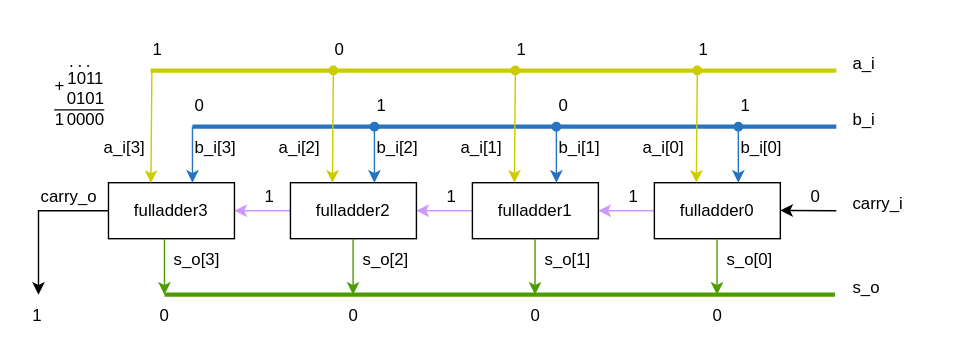
Before: .pic/Labs/lab_01_adder/fig_05.drawio.svg, a diagram exported from draw.io (MPSU/APS). Source tidied: cells renumbered, new cells last; positions are measured from the earlier drawing's top-left corner, leaving out a move shared by most shapes. The source it was exported from:
```xml
<mxGraphModel>
  <root>
    <mxCell id="0" />
    <mxCell id="1" parent="0" />
    <mxCell id="2" style="endArrow=none;html=1;rounded=0;strokeWidth=3;strokeColor=#CCCC00;labelBackgroundColor=none;fontColor=#000000;" parent="1" edge="1">
      <mxGeometry relative="1" as="geometry">
        <mxPoint x="86" y="30" as="sourcePoint" />
        <mxPoint x="576" y="30" as="targetPoint" />
      </mxGeometry>
    </mxCell>
    <mxCell id="3" style="endArrow=none;html=1;rounded=0;strokeWidth=3;strokeColor=#2673BF;labelBackgroundColor=none;fontColor=#000000;" parent="1" edge="1">
      <mxGeometry relative="1" as="geometry">
        <mxPoint x="116" y="70" as="sourcePoint" />
        <mxPoint x="576" y="70" as="targetPoint" />
      </mxGeometry>
    </mxCell>
    <mxCell id="4" style="endArrow=none;html=1;rounded=0;strokeWidth=3;strokeColor=#4E9C00;labelBackgroundColor=none;fontColor=#000000;" parent="1" edge="1">
      <mxGeometry relative="1" as="geometry">
        <mxPoint x="96" y="190" as="sourcePoint" />
        <mxPoint x="575" y="190" as="targetPoint" />
      </mxGeometry>
    </mxCell>
    <mxCell id="5" style="edgeStyle=orthogonalEdgeStyle;rounded=0;jettySize=auto;html=1;strokeColor=#CC99FF;labelBackgroundColor=none;fontColor=#000000;" parent="1" edge="1" source="6" target="8">
      <mxGeometry relative="1" as="geometry" />
    </mxCell>
    <mxCell id="6" value="fulladder0" style="rounded=0;whiteSpace=wrap;html=1;strokeColor=#000000;labelBackgroundColor=none;fontColor=#000000;fillColor=none;" parent="1" vertex="1">
      <mxGeometry x="446" y="110" width="90" height="40" as="geometry" />
    </mxCell>
    <mxCell id="7" style="edgeStyle=orthogonalEdgeStyle;rounded=0;jettySize=auto;html=1;strokeColor=#CC99FF;labelBackgroundColor=none;fontColor=#000000;" parent="1" edge="1" source="8" target="10">
      <mxGeometry relative="1" as="geometry" />
    </mxCell>
    <mxCell id="8" value="fulladder1" style="rounded=0;whiteSpace=wrap;html=1;strokeColor=#000000;labelBackgroundColor=none;fontColor=#000000;fillColor=none;" parent="1" vertex="1">
      <mxGeometry x="316" y="110" width="90" height="40" as="geometry" />
    </mxCell>
    <mxCell id="9" style="edgeStyle=orthogonalEdgeStyle;rounded=0;jettySize=auto;html=1;strokeColor=#CC99FF;labelBackgroundColor=none;fontColor=#000000;" parent="1" edge="1" source="10" target="11">
      <mxGeometry relative="1" as="geometry" />
    </mxCell>
    <mxCell id="10" value="fulladder2" style="rounded=0;whiteSpace=wrap;html=1;strokeColor=#000000;labelBackgroundColor=none;fontColor=#000000;fillColor=none;" parent="1" vertex="1">
      <mxGeometry x="186" y="110" width="90" height="40" as="geometry" />
    </mxCell>
    <mxCell id="11" value="fulladder3" style="rounded=0;whiteSpace=wrap;html=1;strokeColor=#000000;labelBackgroundColor=none;fontColor=#000000;fillColor=none;" parent="1" vertex="1">
      <mxGeometry x="56" y="110" width="90" height="40" as="geometry" />
    </mxCell>
    <mxCell id="12" style="endArrow=classic;html=1;rounded=0;fontColor=#000000;strokeColor=#000000;labelBackgroundColor=none;" parent="1" edge="1">
      <mxGeometry relative="1" as="geometry">
        <mxPoint x="576" y="130" as="sourcePoint" />
        <mxPoint x="536" y="129.9" as="targetPoint" />
      </mxGeometry>
    </mxCell>
    <mxCell id="13" style="endArrow=classic;html=1;rounded=0;entryX=0.326;entryY=0.005;entryDx=0;entryDy=0;entryPerimeter=0;strokeColor=#CCCC00;labelBackgroundColor=none;" parent="1" edge="1">
      <mxGeometry relative="1" as="geometry">
        <mxPoint x="87" y="30" as="sourcePoint" />
        <mxPoint x="86.3" y="110.2" as="targetPoint" />
      </mxGeometry>
    </mxCell>
    <mxCell id="14" style="endArrow=classic;html=1;rounded=0;strokeColor=#2673BF;labelBackgroundColor=none;" parent="1" edge="1">
      <mxGeometry relative="1" as="geometry">
        <mxPoint x="116" y="70" as="sourcePoint" />
        <mxPoint x="116" y="110" as="targetPoint" />
      </mxGeometry>
    </mxCell>
    <mxCell id="15" style="endArrow=classic;html=1;rounded=0;strokeColor=#2673BF;startArrow=oval;startFill=1;labelBackgroundColor=none;" parent="1" edge="1">
      <mxGeometry relative="1" as="geometry">
        <mxPoint x="246" y="70" as="sourcePoint" />
        <mxPoint x="246" y="110" as="targetPoint" />
      </mxGeometry>
    </mxCell>
    <mxCell id="16" style="endArrow=classic;html=1;rounded=0;strokeColor=#2673BF;startArrow=oval;startFill=1;labelBackgroundColor=none;" parent="1" edge="1">
      <mxGeometry relative="1" as="geometry">
        <mxPoint x="376" y="70" as="sourcePoint" />
        <mxPoint x="376" y="110" as="targetPoint" />
      </mxGeometry>
    </mxCell>
    <mxCell id="17" style="endArrow=classic;html=1;rounded=0;strokeColor=#2673BF;startArrow=oval;startFill=1;labelBackgroundColor=none;" parent="1" edge="1">
      <mxGeometry relative="1" as="geometry">
        <mxPoint x="506" y="70" as="sourcePoint" />
        <mxPoint x="506" y="110" as="targetPoint" />
      </mxGeometry>
    </mxCell>
    <mxCell id="18" style="endArrow=classic;html=1;rounded=0;entryX=0.326;entryY=0.005;entryDx=0;entryDy=0;entryPerimeter=0;strokeColor=#CCCC00;startArrow=oval;startFill=1;labelBackgroundColor=none;" parent="1" edge="1">
      <mxGeometry relative="1" as="geometry">
        <mxPoint x="216.7" y="29.8" as="sourcePoint" />
        <mxPoint x="216" y="110" as="targetPoint" />
      </mxGeometry>
    </mxCell>
    <mxCell id="19" style="endArrow=classic;html=1;rounded=0;entryX=0.326;entryY=0.005;entryDx=0;entryDy=0;entryPerimeter=0;strokeColor=#CCCC00;startArrow=oval;startFill=1;labelBackgroundColor=none;" parent="1" edge="1">
      <mxGeometry relative="1" as="geometry">
        <mxPoint x="346.7" y="29.8" as="sourcePoint" />
        <mxPoint x="346" y="110" as="targetPoint" />
      </mxGeometry>
    </mxCell>
    <mxCell id="20" style="endArrow=classic;html=1;rounded=0;entryX=0.326;entryY=0.005;entryDx=0;entryDy=0;entryPerimeter=0;strokeColor=#CCCC00;startArrow=oval;startFill=1;labelBackgroundColor=none;" parent="1" edge="1">
      <mxGeometry relative="1" as="geometry">
        <mxPoint x="476.7" y="29.8" as="sourcePoint" />
        <mxPoint x="476" y="110" as="targetPoint" />
      </mxGeometry>
    </mxCell>
    <mxCell id="21" style="endArrow=classic;html=1;rounded=0;strokeColor=#4E9C00;labelBackgroundColor=none;fontColor=#000000;" parent="1" edge="1">
      <mxGeometry relative="1" as="geometry">
        <mxPoint x="96" y="150" as="sourcePoint" />
        <mxPoint x="96" y="190" as="targetPoint" />
      </mxGeometry>
    </mxCell>
    <mxCell id="22" style="endArrow=classic;html=1;rounded=0;strokeColor=#4E9C00;labelBackgroundColor=none;fontColor=#000000;" parent="1" edge="1">
      <mxGeometry relative="1" as="geometry">
        <mxPoint x="230.8" y="150" as="sourcePoint" />
        <mxPoint x="230.8" y="190" as="targetPoint" />
      </mxGeometry>
    </mxCell>
    <mxCell id="23" style="endArrow=classic;html=1;rounded=0;strokeColor=#4E9C00;labelBackgroundColor=none;fontColor=#000000;" parent="1" edge="1">
      <mxGeometry relative="1" as="geometry">
        <mxPoint x="360.8" y="150" as="sourcePoint" />
        <mxPoint x="360.8" y="190" as="targetPoint" />
      </mxGeometry>
    </mxCell>
    <mxCell id="24" style="endArrow=classic;html=1;rounded=0;strokeColor=#4E9C00;labelBackgroundColor=none;fontColor=#000000;" parent="1" edge="1">
      <mxGeometry relative="1" as="geometry">
        <mxPoint x="490.8" y="150" as="sourcePoint" />
        <mxPoint x="490.8" y="190" as="targetPoint" />
      </mxGeometry>
    </mxCell>
    <mxCell id="25" style="endArrow=classic;html=1;rounded=0;exitX=0;exitY=0.5;exitDx=0;exitDy=0;strokeColor=#000000;labelBackgroundColor=none;fontColor=#000000;" parent="1" edge="1" source="11">
      <mxGeometry relative="1" as="geometry">
        <mxPoint x="6" y="190" as="targetPoint" />
        <Array as="points">
          <mxPoint x="6" y="130" />
        </Array>
      </mxGeometry>
    </mxCell>
    <mxCell id="26" value="carry_i" style="text;html=1;strokeColor=none;fillColor=none;align=left;verticalAlign=middle;whiteSpace=wrap;rounded=0;fontColor=#000000;labelBackgroundColor=none;" parent="1" vertex="1">
      <mxGeometry x="586" y="110" width="60" height="30" as="geometry" />
    </mxCell>
    <mxCell id="27" value="b_i" style="text;html=1;strokeColor=none;fillColor=none;align=left;verticalAlign=middle;whiteSpace=wrap;rounded=0;fontColor=#000000;labelBackgroundColor=none;" parent="1" vertex="1">
      <mxGeometry x="586" y="50" width="60" height="30" as="geometry" />
    </mxCell>
    <mxCell id="28" value="a_i" style="text;html=1;strokeColor=none;fillColor=none;align=left;verticalAlign=middle;whiteSpace=wrap;rounded=0;fontColor=#000000;labelBackgroundColor=none;" parent="1" vertex="1">
      <mxGeometry x="586" y="10" width="60" height="30" as="geometry" />
    </mxCell>
    <mxCell id="29" value="s_o" style="text;html=1;strokeColor=none;fillColor=none;align=left;verticalAlign=middle;whiteSpace=wrap;rounded=0;fontColor=#000000;labelBackgroundColor=none;" parent="1" vertex="1">
      <mxGeometry x="586" y="170" width="60" height="30" as="geometry" />
    </mxCell>
    <mxCell id="30" value="carry_o" style="text;html=1;strokeColor=none;fillColor=none;align=left;verticalAlign=middle;whiteSpace=wrap;rounded=0;fontColor=#000000;labelBackgroundColor=none;" parent="1" vertex="1">
      <mxGeometry x="6" y="105" width="50" height="30" as="geometry" />
    </mxCell>
    <mxCell id="31" value="1" style="text;html=1;strokeColor=none;fillColor=none;align=left;verticalAlign=middle;whiteSpace=wrap;rounded=0;fontColor=#000000;labelBackgroundColor=none;" parent="1" vertex="1">
      <mxGeometry x="86" width="10" height="30" as="geometry" />
    </mxCell>
    <mxCell id="32" value="0" style="text;html=1;strokeColor=none;fillColor=none;align=left;verticalAlign=middle;whiteSpace=wrap;rounded=0;fontColor=#000000;labelBackgroundColor=none;" parent="1" vertex="1">
      <mxGeometry x="216" width="10" height="30" as="geometry" />
    </mxCell>
    <mxCell id="33" value="1" style="text;html=1;strokeColor=none;fillColor=none;align=left;verticalAlign=middle;whiteSpace=wrap;rounded=0;fontColor=#000000;labelBackgroundColor=none;" parent="1" vertex="1">
      <mxGeometry x="346" width="10" height="30" as="geometry" />
    </mxCell>
    <mxCell id="34" value="1" style="text;html=1;strokeColor=none;fillColor=none;align=left;verticalAlign=middle;whiteSpace=wrap;rounded=0;fontColor=#000000;labelBackgroundColor=none;" parent="1" vertex="1">
      <mxGeometry x="476" width="10" height="30" as="geometry" />
    </mxCell>
    <mxCell id="35" value="0" style="text;html=1;strokeColor=none;fillColor=none;align=left;verticalAlign=middle;whiteSpace=wrap;rounded=0;fontColor=#000000;labelBackgroundColor=none;" parent="1" vertex="1">
      <mxGeometry x="116" y="40" width="10" height="30" as="geometry" />
    </mxCell>
    <mxCell id="36" value="1" style="text;html=1;strokeColor=none;fillColor=none;align=left;verticalAlign=middle;whiteSpace=wrap;rounded=0;fontColor=#000000;labelBackgroundColor=none;" parent="1" vertex="1">
      <mxGeometry x="246" y="40" width="10" height="30" as="geometry" />
    </mxCell>
    <mxCell id="37" value="0" style="text;html=1;strokeColor=none;fillColor=none;align=left;verticalAlign=middle;whiteSpace=wrap;rounded=0;fontColor=#000000;labelBackgroundColor=none;" parent="1" vertex="1">
      <mxGeometry x="376" y="40" width="10" height="30" as="geometry" />
    </mxCell>
    <mxCell id="38" value="1" style="text;html=1;strokeColor=none;fillColor=none;align=left;verticalAlign=middle;whiteSpace=wrap;rounded=0;fontColor=#000000;labelBackgroundColor=none;" parent="1" vertex="1">
      <mxGeometry x="506" y="40" width="10" height="30" as="geometry" />
    </mxCell>
    <mxCell id="39" value="0" style="text;html=1;strokeColor=none;fillColor=none;align=left;verticalAlign=middle;whiteSpace=wrap;rounded=0;fontColor=#000000;labelBackgroundColor=none;" parent="1" vertex="1">
      <mxGeometry x="91" y="190" width="10" height="30" as="geometry" />
    </mxCell>
    <mxCell id="40" value="0" style="text;html=1;strokeColor=none;fillColor=none;align=left;verticalAlign=middle;whiteSpace=wrap;rounded=0;fontColor=#000000;labelBackgroundColor=none;" parent="1" vertex="1">
      <mxGeometry x="226" y="190" width="10" height="30" as="geometry" />
    </mxCell>
    <mxCell id="41" value="0" style="text;html=1;strokeColor=none;fillColor=none;align=left;verticalAlign=middle;whiteSpace=wrap;rounded=0;fontColor=#000000;labelBackgroundColor=none;" parent="1" vertex="1">
      <mxGeometry x="356" y="190" width="10" height="30" as="geometry" />
    </mxCell>
    <mxCell id="42" value="0" style="text;html=1;strokeColor=none;fillColor=none;align=left;verticalAlign=middle;whiteSpace=wrap;rounded=0;fontColor=#000000;labelBackgroundColor=none;" parent="1" vertex="1">
      <mxGeometry x="486" y="190" width="10" height="30" as="geometry" />
    </mxCell>
    <mxCell id="43" value="1" style="text;html=1;strokeColor=none;fillColor=none;align=left;verticalAlign=middle;whiteSpace=wrap;rounded=0;fontColor=#000000;labelBackgroundColor=none;" parent="1" vertex="1">
      <mxGeometry y="190" width="10" height="30" as="geometry" />
    </mxCell>
    <mxCell id="44" value="1" style="text;html=1;strokeColor=none;fillColor=none;align=left;verticalAlign=middle;whiteSpace=wrap;rounded=0;fontColor=#000000;labelBackgroundColor=none;" parent="1" vertex="1">
      <mxGeometry x="426" y="105" width="10" height="30" as="geometry" />
    </mxCell>
    <mxCell id="45" value="1" style="text;html=1;strokeColor=none;fillColor=none;align=left;verticalAlign=middle;whiteSpace=wrap;rounded=0;fontColor=#000000;labelBackgroundColor=none;" parent="1" vertex="1">
      <mxGeometry x="296" y="105" width="10" height="30" as="geometry" />
    </mxCell>
    <mxCell id="46" value="1" style="text;html=1;strokeColor=none;fillColor=none;align=left;verticalAlign=middle;whiteSpace=wrap;rounded=0;fontColor=#000000;labelBackgroundColor=none;" parent="1" vertex="1">
      <mxGeometry x="166" y="105" width="10" height="30" as="geometry" />
    </mxCell>
    <mxCell id="47" value="0" style="text;html=1;strokeColor=none;fillColor=none;align=left;verticalAlign=middle;whiteSpace=wrap;rounded=0;fontColor=#000000;labelBackgroundColor=none;" parent="1" vertex="1">
      <mxGeometry x="556" y="105" width="10" height="30" as="geometry" />
    </mxCell>
    <mxCell id="48" value="&lt;div&gt;1011&lt;/div&gt;&lt;div&gt;0101&lt;/div&gt;&lt;div&gt;0000&lt;br&gt;&lt;/div&gt;" style="text;html=1;strokeColor=none;fillColor=none;align=center;verticalAlign=middle;whiteSpace=wrap;rounded=0;fontColor=#000000;labelBackgroundColor=none;" parent="1" vertex="1">
      <mxGeometry x="10" y="30" width="60" height="40" as="geometry" />
    </mxCell>
    <mxCell id="49" value="+" style="text;html=1;strokeColor=none;fillColor=none;align=center;verticalAlign=middle;whiteSpace=wrap;rounded=0;fontColor=#000000;labelBackgroundColor=none;" parent="1" vertex="1">
      <mxGeometry x="15.5" y="32" width="11" height="17" as="geometry" />
    </mxCell>
    <mxCell id="50" style="endArrow=none;html=1;rounded=0;exitX=0.25;exitY=0;exitDx=0;exitDy=0;fontColor=#000000;strokeColor=#000000;labelBackgroundColor=none;" parent="1" edge="1">
      <mxGeometry relative="1" as="geometry">
        <mxPoint x="17.2" y="58" as="sourcePoint" />
        <mxPoint x="53" y="58" as="targetPoint" />
      </mxGeometry>
    </mxCell>
    <mxCell id="51" value="&lt;font style=&quot;font-size: 12px;&quot; face=&quot;Comic Sans MS&quot;&gt;. . .&lt;br&gt;&lt;/font&gt;" style="text;html=1;strokeColor=none;fillColor=none;align=center;verticalAlign=middle;whiteSpace=wrap;rounded=0;fontFamily=Courier New;fontColor=#000000;labelBackgroundColor=none;" parent="1" vertex="1">
      <mxGeometry x="21" y="13" width="30" height="22" as="geometry" />
    </mxCell>
    <mxCell id="52" value="s_o[0]" style="text;html=1;strokeColor=none;fillColor=none;align=left;verticalAlign=middle;whiteSpace=wrap;rounded=0;fontColor=#000000;labelBackgroundColor=none;" parent="1" vertex="1">
      <mxGeometry x="496" y="150" width="60" height="30" as="geometry" />
    </mxCell>
    <mxCell id="53" value="s_o[1]" style="text;html=1;strokeColor=none;fillColor=none;align=left;verticalAlign=middle;whiteSpace=wrap;rounded=0;fontColor=#000000;labelBackgroundColor=none;" parent="1" vertex="1">
      <mxGeometry x="366" y="150" width="60" height="30" as="geometry" />
    </mxCell>
    <mxCell id="54" value="s_o[2]" style="text;html=1;strokeColor=none;fillColor=none;align=left;verticalAlign=middle;whiteSpace=wrap;rounded=0;fontColor=#000000;labelBackgroundColor=none;" parent="1" vertex="1">
      <mxGeometry x="236" y="150" width="60" height="30" as="geometry" />
    </mxCell>
    <mxCell id="55" value="s_o[3]" style="text;html=1;strokeColor=none;fillColor=none;align=left;verticalAlign=middle;whiteSpace=wrap;rounded=0;fontColor=#000000;labelBackgroundColor=none;" parent="1" vertex="1">
      <mxGeometry x="101" y="150" width="60" height="30" as="geometry" />
    </mxCell>
    <mxCell id="56" value="b_i[0]" style="text;html=1;strokeColor=none;fillColor=none;align=left;verticalAlign=middle;whiteSpace=wrap;rounded=0;fontColor=#000000;labelBackgroundColor=none;" parent="1" vertex="1">
      <mxGeometry x="506" y="70" width="60" height="30" as="geometry" />
    </mxCell>
    <mxCell id="57" value="b_i[1]" style="text;html=1;strokeColor=none;fillColor=none;align=left;verticalAlign=middle;whiteSpace=wrap;rounded=0;fontColor=#000000;labelBackgroundColor=none;" parent="1" vertex="1">
      <mxGeometry x="376" y="70" width="60" height="30" as="geometry" />
    </mxCell>
    <mxCell id="58" value="b_i[2]" style="text;html=1;strokeColor=none;fillColor=none;align=left;verticalAlign=middle;whiteSpace=wrap;rounded=0;fontColor=#000000;labelBackgroundColor=none;" parent="1" vertex="1">
      <mxGeometry x="246" y="70" width="60" height="30" as="geometry" />
    </mxCell>
    <mxCell id="59" value="b_i[3]" style="text;html=1;strokeColor=none;fillColor=none;align=left;verticalAlign=middle;whiteSpace=wrap;rounded=0;fontColor=#000000;labelBackgroundColor=none;" parent="1" vertex="1">
      <mxGeometry x="116" y="70" width="60" height="30" as="geometry" />
    </mxCell>
    <mxCell id="60" value="a_i[1]" style="text;html=1;strokeColor=none;fillColor=none;align=left;verticalAlign=middle;whiteSpace=wrap;rounded=0;fontColor=#000000;labelBackgroundColor=none;" parent="1" vertex="1">
      <mxGeometry x="306" y="70" width="60" height="30" as="geometry" />
    </mxCell>
    <mxCell id="61" value="a_i[0]" style="text;html=1;strokeColor=none;fillColor=none;align=left;verticalAlign=middle;whiteSpace=wrap;rounded=0;fontColor=#000000;labelBackgroundColor=none;" parent="1" vertex="1">
      <mxGeometry x="436" y="70" width="60" height="30" as="geometry" />
    </mxCell>
    <mxCell id="62" value="a_i[2]" style="text;html=1;strokeColor=none;fillColor=none;align=left;verticalAlign=middle;whiteSpace=wrap;rounded=0;fontColor=#000000;labelBackgroundColor=none;" parent="1" vertex="1">
      <mxGeometry x="176" y="70" width="60" height="30" as="geometry" />
    </mxCell>
    <mxCell id="63" value="a_i[3]" style="text;html=1;strokeColor=none;fillColor=none;align=left;verticalAlign=middle;whiteSpace=wrap;rounded=0;fontColor=#000000;labelBackgroundColor=none;" parent="1" vertex="1">
      <mxGeometry x="51" y="70" width="60" height="30" as="geometry" />
    </mxCell>
    <mxCell id="64" value="1" style="text;html=1;strokeColor=none;fillColor=none;align=center;verticalAlign=middle;whiteSpace=wrap;rounded=0;fontColor=#000000;labelBackgroundColor=none;" parent="1" vertex="1">
      <mxGeometry x="15.5" y="59" width="11" height="11" as="geometry" />
    </mxCell>
  </root>
</mxGraphModel>
```
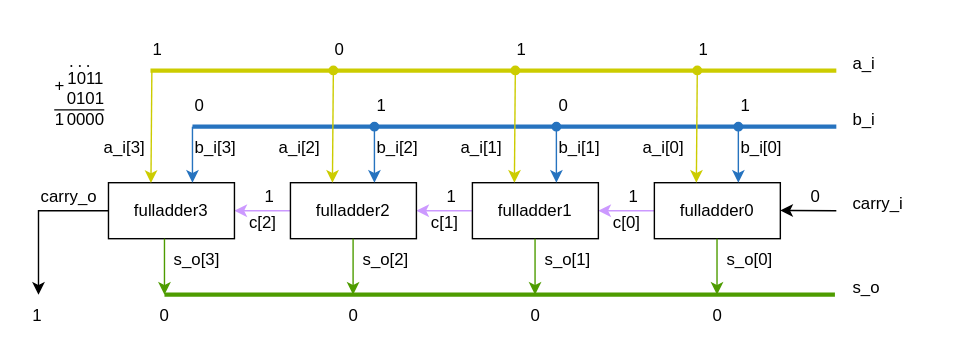
The same file after the commit.

The edit, as a diff of the source:
```diff
@@ -247,5 +247,14 @@
     <mxCell id="64" value="1" style="text;html=1;strokeColor=none;fillColor=none;align=center;verticalAlign=middle;whiteSpace=wrap;rounded=0;fontColor=#000000;labelBackgroundColor=none;" parent="1" vertex="1">
       <mxGeometry x="15.5" y="59" width="11" height="11" as="geometry" />
     </mxCell>
+    <mxCell id="65" value="c[0]" style="text;html=1;align=center;verticalAlign=middle;strokeColor=none;fillColor=none;" parent="1" vertex="1">
+      <mxGeometry x="406" y="124" width="40" height="30" as="geometry" />
+    </mxCell>
+    <mxCell id="66" value="c[1]" style="text;html=1;align=center;verticalAlign=middle;strokeColor=none;fillColor=none;" parent="1" vertex="1">
+      <mxGeometry x="276" y="124" width="40" height="30" as="geometry" />
+    </mxCell>
+    <mxCell id="67" value="c[2]" style="text;html=1;align=center;verticalAlign=middle;strokeColor=none;fillColor=none;" parent="1" vertex="1">
+      <mxGeometry x="146" y="124" width="40" height="30" as="geometry" />
+    </mxCell>
   </root>
 </mxGraphModel>
```
